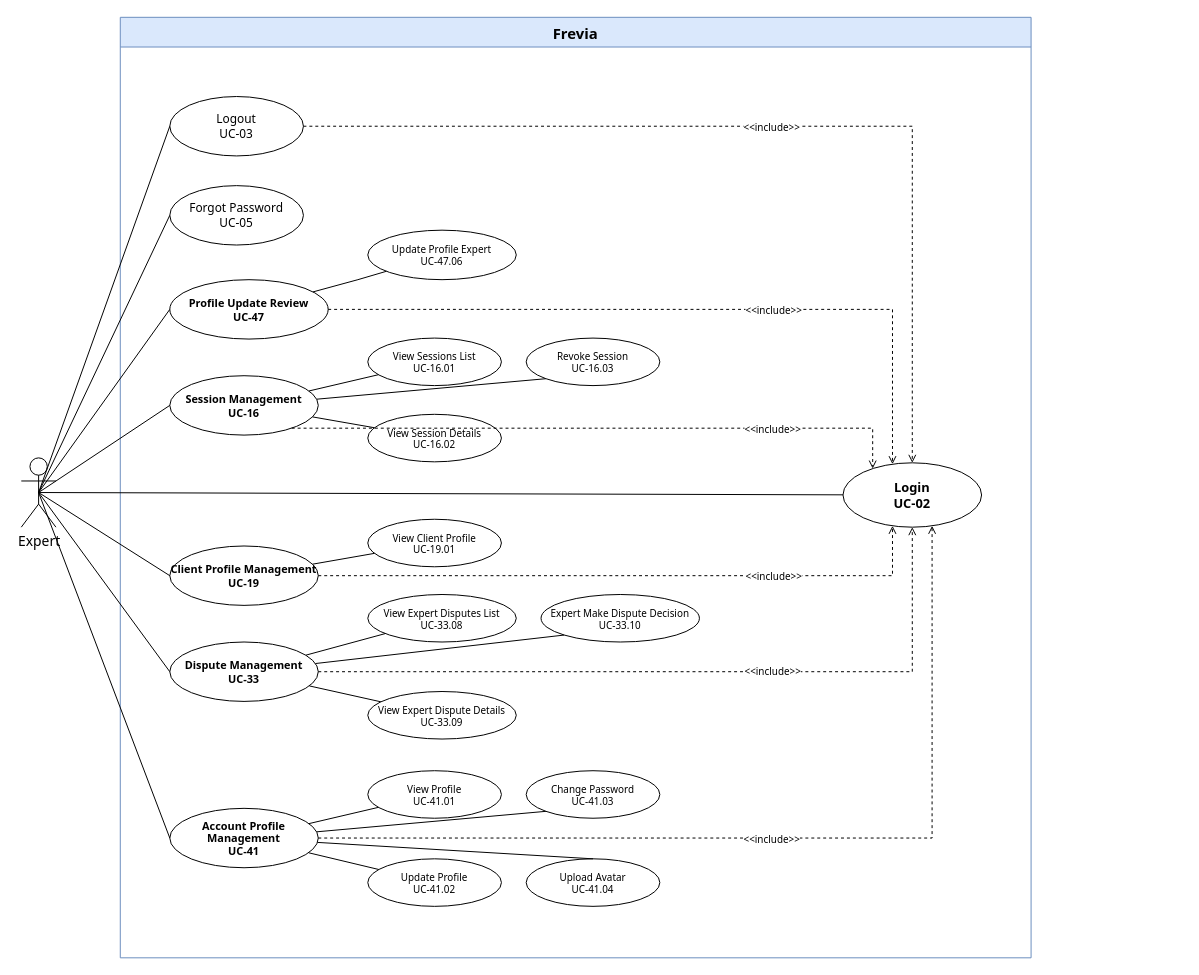
This is uc-diagrams/Expert.drawio from Thunggg/Frevia, a draw.io file, before an edit. Source tidied: cells renumbered, new cells numbered last; positions are measured from the earlier drawing's top-left corner, leaving out a move shared by most shapes. Both pictures are drawn from the tidied source at 99%, with x=0, y=0 at pixel (21, 17).
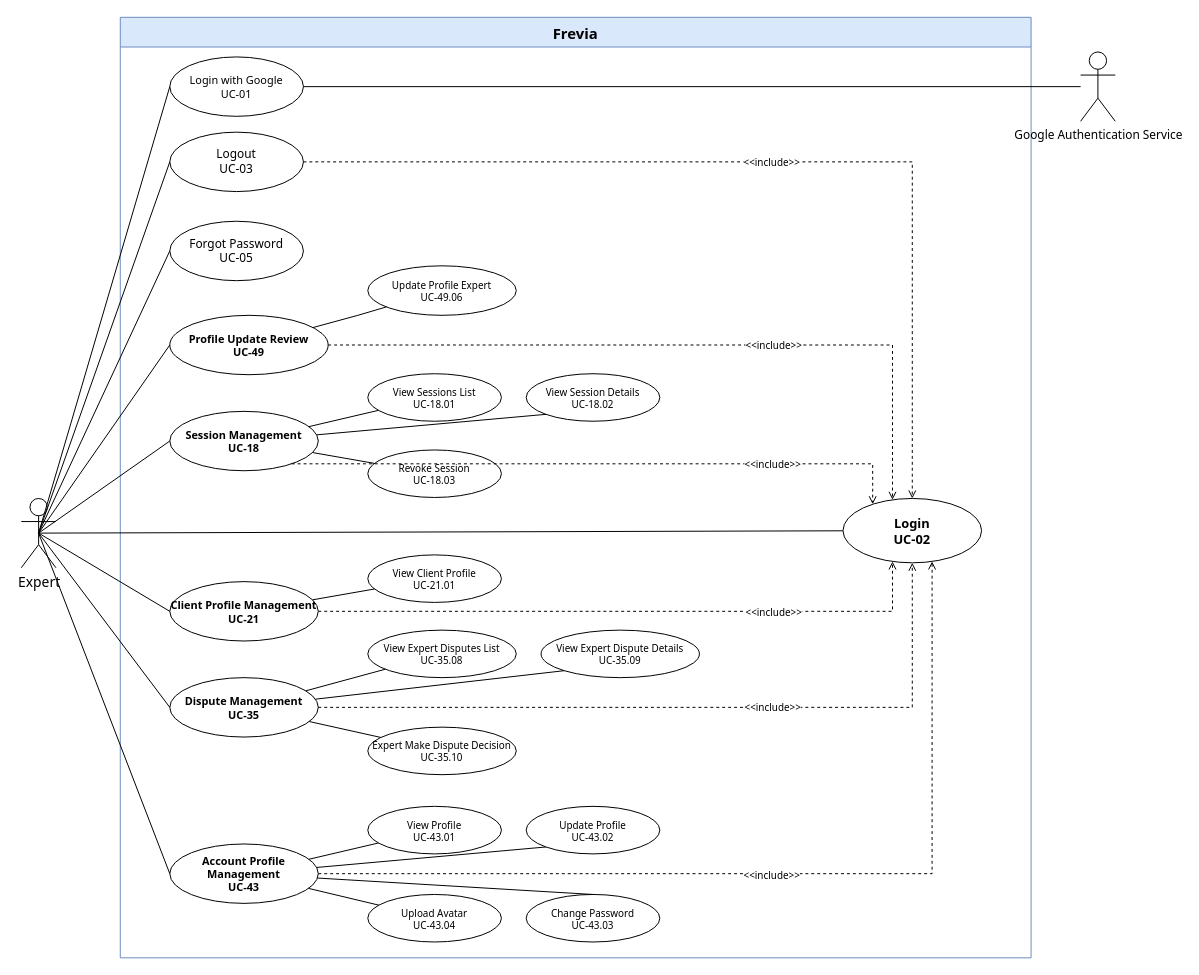
After the change.

The change refers to these unchanged cells:
```xml
<mxCell id="2" value="Frevia" style="swimlane;whiteSpace=wrap;html=1;startSize=30;fontSize=15;fontFamily=Tahoma;fontStyle=1;fillColor=#dae8fc;strokeColor=#6c8ebf;" parent="1" vertex="1">
  <mxGeometry x="100" width="920" height="950" as="geometry" />
</mxCell>
```

The edit, as a diff of the source:
```diff
@@
     <mxCell id="3" value="Logout&#10;UC-03" style="ellipse;whiteSpace=wrap;html=1;fontSize=12;fontFamily=Tahoma;fontStyle=0;fillColor=#ffffff;strokeColor=#000000;" parent="2" vertex="1">
-      <mxGeometry x="50" y="80" width="135" height="60" as="geometry" />
+      <mxGeometry x="50" y="116" width="135" height="60" as="geometry" />
     </mxCell>
     <mxCell id="4" value="Login&#10;UC-02" style="ellipse;whiteSpace=wrap;html=1;fontSize=13;fontFamily=Tahoma;fontStyle=1;fillColor=#ffffff;strokeColor=#000000;" parent="2" vertex="1">
-      <mxGeometry x="730" y="450" width="140" height="65" as="geometry" />
+      <mxGeometry x="730" y="486" width="140" height="65" as="geometry" />
     </mxCell>
     <mxCell id="5" value="Forgot Password&#10;UC-05" style="ellipse;whiteSpace=wrap;html=1;fontSize=12;fontFamily=Tahoma;fontStyle=0;fillColor=#ffffff;strokeColor=#000000;" parent="2" vertex="1">
-      <mxGeometry x="50" y="170" width="135" height="60" as="geometry" />
+      <mxGeometry x="50" y="206" width="135" height="60" as="geometry" />
     </mxCell>
-    <mxCell id="6" value="Profile Update Review&#10;UC-47" style="ellipse;whiteSpace=wrap;html=1;fontSize=11;fontFamily=Tahoma;fontStyle=1;fillColor=#ffffff;strokeColor=#000000;" parent="2" vertex="1">
-      <mxGeometry x="50" y="265" width="160" height="60" as="geometry" />
+    <mxCell id="6" value="Profile Update Review&#10;UC-49" style="ellipse;whiteSpace=wrap;html=1;fontSize=11;fontFamily=Tahoma;fontStyle=1;fillColor=#ffffff;strokeColor=#000000;" parent="2" vertex="1">
+      <mxGeometry x="50" y="301" width="160" height="60" as="geometry" />
     </mxCell>
     <mxCell id="7" value="&amp;lt;&amp;lt;include&amp;gt;&amp;gt;" style="edgeStyle=orthogonalEdgeStyle;rounded=0;endArrow=open;dashed=1;html=1;strokeColor=#000000;fontSize=10;fontFamily=Tahoma;labelBackgroundColor=#ffffff;align=center;verticalAlign=middle;" parent="2" edge="1" source="6" target="4">
       <mxGeometry x="0.24" relative="1" as="geometry">
         <Array as="points">
-          <mxPoint x="780" y="295" />
+          <mxPoint x="780" y="331" />
         </Array>
       </mxGeometry>
     </mxCell>
-    <mxCell id="8" value="Session Management&#10;UC-16" style="ellipse;whiteSpace=wrap;html=1;fontSize=11;fontFamily=Tahoma;fontStyle=1;fillColor=#ffffff;strokeColor=#000000;" parent="2" vertex="1">
-      <mxGeometry x="50" y="362" width="150" height="60" as="geometry" />
+    <mxCell id="8" value="Session Management&#10;UC-18" style="ellipse;whiteSpace=wrap;html=1;fontSize=11;fontFamily=Tahoma;fontStyle=1;fillColor=#ffffff;strokeColor=#000000;" parent="2" vertex="1">
+      <mxGeometry x="50" y="398" width="150" height="60" as="geometry" />
     </mxCell>
-    <mxCell id="9" value="View Sessions List&#10;UC-16.01" style="ellipse;whiteSpace=wrap;html=1;fontSize=10;fontFamily=Tahoma;fillColor=#ffffff;strokeColor=#000000;" parent="2" vertex="1">
-      <mxGeometry x="250" y="324" width="135" height="48" as="geometry" />
+    <mxCell id="9" value="View Sessions List&#10;UC-18.01" style="ellipse;whiteSpace=wrap;html=1;fontSize=10;fontFamily=Tahoma;fillColor=#ffffff;strokeColor=#000000;" parent="2" vertex="1">
+      <mxGeometry x="250" y="360" width="135" height="48" as="geometry" />
     </mxCell>
-    <mxCell id="10" value="View Session Details&#10;UC-16.02" style="ellipse;whiteSpace=wrap;html=1;fontSize=10;fontFamily=Tahoma;fillColor=#ffffff;strokeColor=#000000;" parent="2" vertex="1">
-      <mxGeometry x="250" y="401" width="135" height="48" as="geometry" />
+    <mxCell id="10" value="Revoke Session&#10;UC-18.03" style="ellipse;whiteSpace=wrap;html=1;fontSize=10;fontFamily=Tahoma;fillColor=#ffffff;strokeColor=#000000;" parent="2" vertex="1">
+      <mxGeometry x="250" y="437" width="135" height="48" as="geometry" />
     </mxCell>
-    <mxCell id="11" value="Revoke Session&#10;UC-16.03" style="ellipse;whiteSpace=wrap;html=1;fontSize=10;fontFamily=Tahoma;fillColor=#ffffff;strokeColor=#000000;" parent="2" vertex="1">
-      <mxGeometry x="410" y="324" width="135" height="48" as="geometry" />
+    <mxCell id="11" value="View Session Details&#10;UC-18.02" style="ellipse;whiteSpace=wrap;html=1;fontSize=10;fontFamily=Tahoma;fillColor=#ffffff;strokeColor=#000000;" parent="2" vertex="1">
+      <mxGeometry x="410" y="360" width="135" height="48" as="geometry" />
     </mxCell>
-    <mxCell id="12" value="Client Profile Management&#10;UC-19" style="ellipse;whiteSpace=wrap;html=1;fontSize=11;fontFamily=Tahoma;fontStyle=1;fillColor=#ffffff;strokeColor=#000000;" parent="2" vertex="1">
-      <mxGeometry x="50" y="534" width="150" height="60" as="geometry" />
+    <mxCell id="12" value="Client Profile Management&#10;UC-21" style="ellipse;whiteSpace=wrap;html=1;fontSize=11;fontFamily=Tahoma;fontStyle=1;fillColor=#ffffff;strokeColor=#000000;" parent="2" vertex="1">
+      <mxGeometry x="50" y="570" width="150" height="60" as="geometry" />
     </mxCell>
-    <mxCell id="13" value="View Client Profile&#10;UC-19.01" style="ellipse;whiteSpace=wrap;html=1;fontSize=10;fontFamily=Tahoma;fillColor=#ffffff;strokeColor=#000000;" parent="2" vertex="1">
-      <mxGeometry x="250" y="507" width="135" height="48" as="geometry" />
+    <mxCell id="13" value="View Client Profile&#10;UC-21.01" style="ellipse;whiteSpace=wrap;html=1;fontSize=10;fontFamily=Tahoma;fillColor=#ffffff;strokeColor=#000000;" parent="2" vertex="1">
+      <mxGeometry x="250" y="543" width="135" height="48" as="geometry" />
     </mxCell>
-    <mxCell id="14" value="Dispute Management&#10;UC-33" style="ellipse;whiteSpace=wrap;html=1;fontSize=11;fontFamily=Tahoma;fontStyle=1;fillColor=#ffffff;strokeColor=#000000;" parent="2" vertex="1">
-      <mxGeometry x="50" y="631" width="150" height="60" as="geometry" />
+    <mxCell id="14" value="Dispute Management&#10;UC-35" style="ellipse;whiteSpace=wrap;html=1;fontSize=11;fontFamily=Tahoma;fontStyle=1;fillColor=#ffffff;strokeColor=#000000;" parent="2" vertex="1">
+      <mxGeometry x="50" y="667" width="150" height="60" as="geometry" />
     </mxCell>
-    <mxCell id="15" value="View Expert Disputes List&#10;UC-33.08" style="ellipse;whiteSpace=wrap;html=1;fontSize=10;fontFamily=Tahoma;fillColor=#ffffff;strokeColor=#000000;" parent="2" vertex="1">
-      <mxGeometry x="250" y="583" width="150" height="48" as="geometry" />
+    <mxCell id="15" value="View Expert Disputes List&#10;UC-35.08" style="ellipse;whiteSpace=wrap;html=1;fontSize=10;fontFamily=Tahoma;fillColor=#ffffff;strokeColor=#000000;" parent="2" vertex="1">
+      <mxGeometry x="250" y="619" width="150" height="48" as="geometry" />
     </mxCell>
-    <mxCell id="16" value="View Expert Dispute Details&#10;UC-33.09" style="ellipse;whiteSpace=wrap;html=1;fontSize=10;fontFamily=Tahoma;fillColor=#ffffff;strokeColor=#000000;" parent="2" vertex="1">
-      <mxGeometry x="250" y="681" width="150" height="48" as="geometry" />
+    <mxCell id="16" value="Expert Make Dispute Decision&#10;UC-35.10" style="ellipse;whiteSpace=wrap;html=1;fontSize=10;fontFamily=Tahoma;fillColor=#ffffff;strokeColor=#000000;" parent="2" vertex="1">
+      <mxGeometry x="250" y="717" width="150" height="48" as="geometry" />
     </mxCell>
-    <mxCell id="17" value="Expert Make Dispute Decision&#10;UC-33.10" style="ellipse;whiteSpace=wrap;html=1;fontSize=10;fontFamily=Tahoma;fillColor=#ffffff;strokeColor=#000000;" parent="2" vertex="1">
-      <mxGeometry x="425" y="583" width="160" height="48" as="geometry" />
+    <mxCell id="17" value="View Expert Dispute Details&#10;UC-35.09" style="ellipse;whiteSpace=wrap;html=1;fontSize=10;fontFamily=Tahoma;fillColor=#ffffff;strokeColor=#000000;" parent="2" vertex="1">
+      <mxGeometry x="425" y="619" width="160" height="48" as="geometry" />
     </mxCell>
-    <mxCell id="18" value="Account Profile Management&#10;UC-41" style="ellipse;whiteSpace=wrap;html=1;fontSize=11;fontFamily=Tahoma;fontStyle=1;fillColor=#ffffff;strokeColor=#000000;" parent="2" vertex="1">
-      <mxGeometry x="50" y="799" width="150" height="60" as="geometry" />
+    <mxCell id="18" value="Account Profile Management&#10;UC-43" style="ellipse;whiteSpace=wrap;html=1;fontSize=11;fontFamily=Tahoma;fontStyle=1;fillColor=#ffffff;strokeColor=#000000;" parent="2" vertex="1">
+      <mxGeometry x="50" y="835" width="150" height="60" as="geometry" />
     </mxCell>
-    <mxCell id="19" value="View Profile&#10;UC-41.01" style="ellipse;whiteSpace=wrap;html=1;fontSize=10;fontFamily=Tahoma;fillColor=#ffffff;strokeColor=#000000;" parent="2" vertex="1">
-      <mxGeometry x="250" y="761" width="135" height="48" as="geometry" />
+    <mxCell id="19" value="View Profile&#10;UC-43.01" style="ellipse;whiteSpace=wrap;html=1;fontSize=10;fontFamily=Tahoma;fillColor=#ffffff;strokeColor=#000000;" parent="2" vertex="1">
+      <mxGeometry x="250" y="797" width="135" height="48" as="geometry" />
     </mxCell>
-    <mxCell id="20" value="Update Profile&#10;UC-41.02" style="ellipse;whiteSpace=wrap;html=1;fontSize=10;fontFamily=Tahoma;fillColor=#ffffff;strokeColor=#000000;" parent="2" vertex="1">
-      <mxGeometry x="250" y="850" width="135" height="48" as="geometry" />
+    <mxCell id="20" value="Upload Avatar&#10;UC-43.04" style="ellipse;whiteSpace=wrap;html=1;fontSize=10;fontFamily=Tahoma;fillColor=#ffffff;strokeColor=#000000;" parent="2" vertex="1">
+      <mxGeometry x="250" y="886" width="135" height="48" as="geometry" />
     </mxCell>
-    <mxCell id="21" value="Change Password&#10;UC-41.03" style="ellipse;whiteSpace=wrap;html=1;fontSize=10;fontFamily=Tahoma;fillColor=#ffffff;strokeColor=#000000;" parent="2" vertex="1">
-      <mxGeometry x="410" y="761" width="135" height="48" as="geometry" />
+    <mxCell id="21" value="Update Profile&#10;UC-43.02" style="ellipse;whiteSpace=wrap;html=1;fontSize=10;fontFamily=Tahoma;fillColor=#ffffff;strokeColor=#000000;" parent="2" vertex="1">
+      <mxGeometry x="410" y="797" width="135" height="48" as="geometry" />
     </mxCell>
-    <mxCell id="22" value="Upload Avatar&#10;UC-41.04" style="ellipse;whiteSpace=wrap;html=1;fontSize=10;fontFamily=Tahoma;fillColor=#ffffff;strokeColor=#000000;" parent="2" vertex="1">
-      <mxGeometry x="410" y="850" width="135" height="48" as="geometry" />
+    <mxCell id="22" value="Change Password&#10;UC-43.03" style="ellipse;whiteSpace=wrap;html=1;fontSize=10;fontFamily=Tahoma;fillColor=#ffffff;strokeColor=#000000;" parent="2" vertex="1">
+      <mxGeometry x="410" y="886" width="135" height="48" as="geometry" />
     </mxCell>
-    <mxCell id="23" value="Update Profile Expert&#10;UC-47.06" style="ellipse;whiteSpace=wrap;html=1;fontSize=10;fontFamily=Tahoma;fillColor=#ffffff;strokeColor=#000000;" parent="2" vertex="1">
-      <mxGeometry x="250" y="215" width="150" height="50" as="geometry" />
+    <mxCell id="23" value="Update Profile Expert&#10;UC-49.06" style="ellipse;whiteSpace=wrap;html=1;fontSize=10;fontFamily=Tahoma;fillColor=#ffffff;strokeColor=#000000;" parent="2" vertex="1">
+      <mxGeometry x="250" y="251" width="150" height="50" as="geometry" />
     </mxCell>
     <mxCell id="24" style="endArrow=none;html=1;rounded=0;fontFamily=Tahoma;fontSize=13;" parent="2" edge="1" source="6" target="23">
       <mxGeometry relative="1" as="geometry">
         <Array as="points">
-          <mxPoint x="240" y="265" />
+          <mxPoint x="240" y="301" />
         </Array>
       </mxGeometry>
     </mxCell>
+    <mxCell id="50" value="Login with Google&#10;UC-01" style="ellipse;whiteSpace=wrap;html=1;fontSize=11;fontFamily=Tahoma;fontStyle=0;fillColor=#ffffff;strokeColor=#000000;" parent="2" vertex="1">
+      <mxGeometry x="50" y="40" width="135" height="60" as="geometry" />
+    </mxCell>
     <mxCell id="25" value="Expert" style="shape=umlActor;verticalLabelPosition=bottom;verticalAlign=top;html=1;outlineConnect=0;fontSize=14;fontFamily=Tahoma;" parent="1" vertex="1">
-      <mxGeometry y="445" width="35" height="70" as="geometry" />
+      <mxGeometry y="486" width="35" height="70" as="geometry" />
     </mxCell>
@@
     <mxCell id="32" value="&amp;lt;&amp;lt;include&amp;gt;&amp;gt;" style="edgeStyle=orthogonalEdgeStyle;rounded=0;endArrow=open;dashed=1;html=1;strokeColor=#000000;fontSize=10;fontFamily=Tahoma;labelBackgroundColor=#ffffff;align=center;verticalAlign=middle;" parent="1" edge="1" source="8" target="4">
       <mxGeometry x="0.55" relative="1" as="geometry">
         <Array as="points">
-          <mxPoint x="860" y="415" />
+          <mxPoint x="860" y="451" />
         </Array>
       </mxGeometry>
     </mxCell>
@@
     <mxCell id="37" value="&amp;lt;&amp;lt;include&amp;gt;&amp;gt;" style="edgeStyle=orthogonalEdgeStyle;rounded=0;endArrow=open;dashed=1;html=1;strokeColor=#000000;fontSize=10;fontFamily=Tahoma;labelBackgroundColor=#ffffff;align=center;verticalAlign=middle;" parent="1" edge="1" source="12" target="4">
       <mxGeometry x="0.46" relative="1" as="geometry">
         <Array as="points">
-          <mxPoint x="880" y="564" />
+          <mxPoint x="880" y="600" />
         </Array>
       </mxGeometry>
     </mxCell>
@@
     <mxCell id="45" value="&amp;lt;&amp;lt;include&amp;gt;&amp;gt;" style="edgeStyle=orthogonalEdgeStyle;rounded=0;endArrow=open;dashed=1;html=1;strokeColor=#000000;fontSize=10;fontFamily=Tahoma;labelBackgroundColor=#ffffff;align=center;verticalAlign=middle;" parent="1" edge="1" source="18" target="4">
       <mxGeometry x="-0.02" y="-1" relative="1" as="geometry">
         <Array as="points">
-          <mxPoint x="920" y="829" />
+          <mxPoint x="920" y="865" />
         </Array>
       </mxGeometry>
     </mxCell>
@@
+    <mxCell id="51" value="Google Authentication Service" style="shape=umlActor;verticalLabelPosition=bottom;verticalAlign=top;html=1;outlineConnect=0;fontSize=12;fontFamily=Tahoma;" parent="1" vertex="1">
+      <mxGeometry x="1070" y="35" width="35" height="70" as="geometry" />
+    </mxCell>
+    <mxCell id="52" style="endArrow=none;html=1;rounded=0;fontFamily=Tahoma;fontSize=13;exitX=0.5;exitY=0.5;exitDx=0;exitDy=0;exitPerimeter=0;entryX=0;entryY=0.5;entryDx=0;entryDy=0;" parent="1" edge="1" source="25" target="50">
+      <mxGeometry relative="1" as="geometry" />
+    </mxCell>
+    <mxCell id="53" style="endArrow=none;html=1;rounded=0;fontFamily=Tahoma;fontSize=13;" parent="1" edge="1" source="50" target="51">
+      <mxGeometry relative="1" as="geometry" />
+    </mxCell>
```
